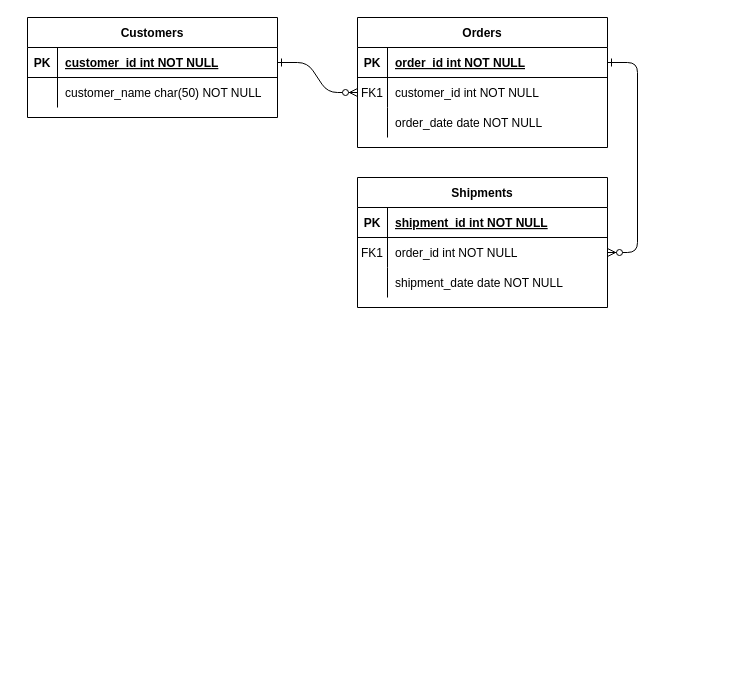
Above: 名称未設定ファイル.drawio in katkatprog/drowio (draw.io), before the change. Source tidied: cells renumbered, new cells numbered last; positions are measured from the earlier drawing's top-left corner, leaving out a move shared by most shapes. Both pictures are drawn from the tidied source at 100%, with x=0, y=0 at pixel (27, 17).
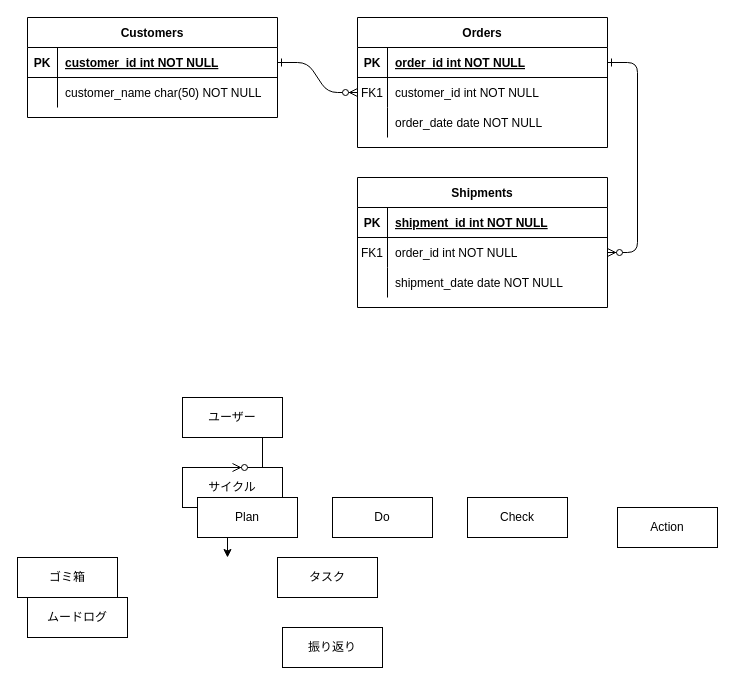
After the change.

Commit message:
名称未設定ファイル.drawio を更新します

Change to the diagram source:
```diff
@@
+    <mxCell id="31" value="ユーザー" style="whiteSpace=wrap;html=1;align=center;" parent="1" vertex="1">
+      <mxGeometry x="155" y="380" width="100" height="40" as="geometry" />
+    </mxCell>
+    <mxCell id="32" value="サイクル" style="whiteSpace=wrap;html=1;align=center;" parent="1" vertex="1">
+      <mxGeometry x="155" y="450" width="100" height="40" as="geometry" />
+    </mxCell>
+    <mxCell id="33" value="ゴミ箱" style="whiteSpace=wrap;html=1;align=center;" parent="1" vertex="1">
+      <mxGeometry x="-10" y="540" width="100" height="40" as="geometry" />
+    </mxCell>
+    <mxCell id="34" value="ムードログ" style="whiteSpace=wrap;html=1;align=center;" parent="1" vertex="1">
+      <mxGeometry y="580" width="100" height="40" as="geometry" />
+    </mxCell>
+    <mxCell id="35" value="タスク" style="whiteSpace=wrap;html=1;align=center;" parent="1" vertex="1">
+      <mxGeometry x="250" y="540" width="100" height="40" as="geometry" />
+    </mxCell>
+    <mxCell id="36" value="振り返り" style="whiteSpace=wrap;html=1;align=center;" parent="1" vertex="1">
+      <mxGeometry x="255" y="610" width="100" height="40" as="geometry" />
+    </mxCell>
+    <mxCell id="37" style="edgeStyle=orthogonalEdgeStyle;rounded=0;jettySize=auto;html=1;exitX=0.25;exitY=1;exitDx=0;exitDy=0;" parent="1" edge="1" source="38">
+      <mxGeometry relative="1" as="geometry">
+        <mxPoint x="200" y="540" as="targetPoint" />
+      </mxGeometry>
+    </mxCell>
+    <mxCell id="38" value="Plan" style="whiteSpace=wrap;html=1;align=center;" parent="1" vertex="1">
+      <mxGeometry x="170" y="480" width="100" height="40" as="geometry" />
+    </mxCell>
+    <mxCell id="39" value="Do" style="whiteSpace=wrap;html=1;align=center;" parent="1" vertex="1">
+      <mxGeometry x="305" y="480" width="100" height="40" as="geometry" />
+    </mxCell>
+    <mxCell id="40" value="Check" style="whiteSpace=wrap;html=1;align=center;" parent="1" vertex="1">
+      <mxGeometry x="440" y="480" width="100" height="40" as="geometry" />
+    </mxCell>
+    <mxCell id="41" value="Action" style="whiteSpace=wrap;html=1;align=center;" parent="1" vertex="1">
+      <mxGeometry x="590" y="490" width="100" height="40" as="geometry" />
+    </mxCell>
+    <mxCell id="42" style="edgeStyle=entityRelationEdgeStyle;fontSize=12;html=1;endArrow=ERzeroToMany;endFill=1;rounded=0;exitX=0.5;exitY=1;exitDx=0;exitDy=0;entryX=0.5;entryY=0;entryDx=0;entryDy=0;" parent="1" edge="1" source="31" target="32">
+      <mxGeometry relative="1" as="geometry" />
+    </mxCell>
```
